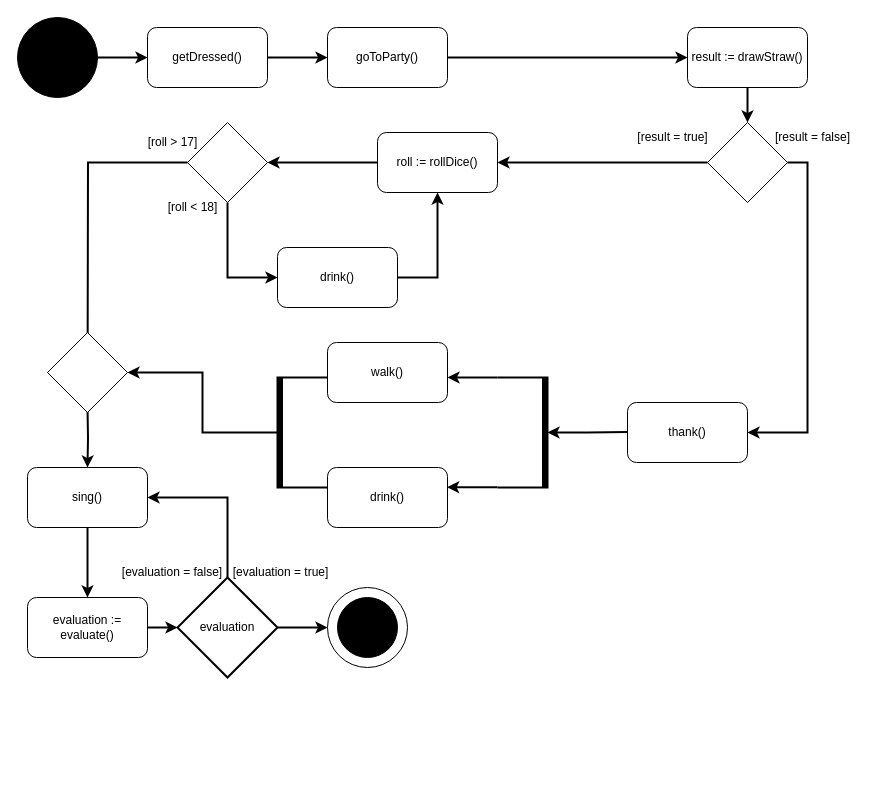
Above: AufgabeParty.drawio in Gashunk/UML-Klassendiagramme (draw.io), before the change. Source tidied: cells renumbered, new cells numbered last; positions are measured from the earlier drawing's top-left corner, leaving out a move shared by most shapes. Both pictures are drawn from the tidied source at 100%, with x=0, y=0 at pixel (17, 17).
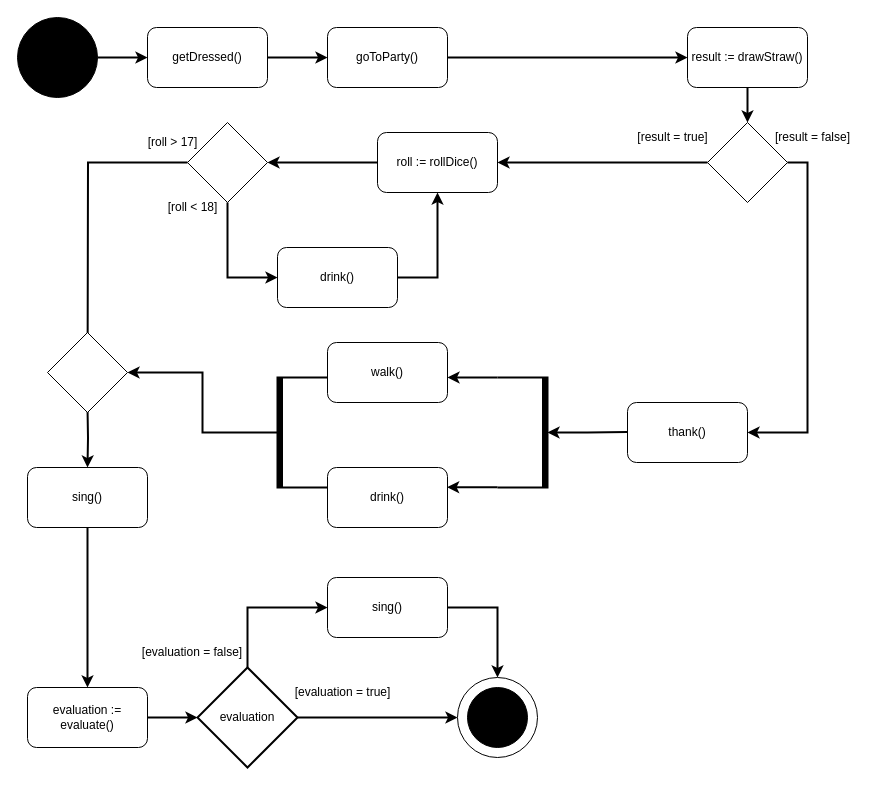
After the change.

The change refers to these unchanged cells:
```xml
<mxCell id="32" value="sing()" style="rounded=1;whiteSpace=wrap;html=1;strokeColor=#000000;fillColor=#FFFFFF;" parent="1" vertex="1">
  <mxGeometry x="10" y="450" width="120" height="60" as="geometry" />
</mxCell>
```

Diff of the diagram source:
```diff
@@
-    <mxCell id="33" style="edgeStyle=orthogonalEdgeStyle;rounded=0;sketch=0;jettySize=auto;html=1;exitX=0.5;exitY=0;exitDx=0;exitDy=0;exitPerimeter=0;shadow=0;strokeColor=default;strokeWidth=2;startArrow=none;startFill=0;endArrow=classic;endFill=1;targetPerimeterSpacing=0;fillColor=#000000;entryX=1;entryY=0.5;entryDx=0;entryDy=0;" parent="1" edge="1" source="35" target="32">
-      <mxGeometry relative="1" as="geometry" />
-    </mxCell>
@@
+    <mxCell id="48" style="edgeStyle=orthogonalEdgeStyle;rounded=0;jettySize=auto;html=1;exitX=0.5;exitY=0;exitDx=0;exitDy=0;exitPerimeter=0;entryX=0;entryY=0.5;entryDx=0;entryDy=0;strokeWidth=2;" parent="1" edge="1" source="35" target="50">
+      <mxGeometry relative="1" as="geometry" />
+    </mxCell>
     <mxCell id="35" value="evaluation" style="strokeWidth=2;html=1;shape=mxgraph.flowchart.decision;whiteSpace=wrap;strokeColor=#000000;fillColor=#FFFFFF;" parent="1" vertex="1">
-      <mxGeometry x="160" y="560" width="100" height="100" as="geometry" />
+      <mxGeometry x="180" y="650" width="100" height="100" as="geometry" />
     </mxCell>
@@
     <mxCell id="37" value="evaluation := evaluate()" style="rounded=1;whiteSpace=wrap;html=1;strokeColor=#000000;fillColor=#FFFFFF;" parent="1" vertex="1">
-      <mxGeometry x="10" y="580" width="120" height="60" as="geometry" />
+      <mxGeometry x="10" y="670" width="120" height="60" as="geometry" />
     </mxCell>
     <mxCell id="38" style="ellipse;whiteSpace=wrap;html=1;strokeColor=#000000;fillColor=#FFFFFF;" parent="1" vertex="1">
-      <mxGeometry x="310" y="570" width="80" height="80" as="geometry" />
+      <mxGeometry x="440" y="660" width="80" height="80" as="geometry" />
     </mxCell>
     <mxCell id="39" style="ellipse;whiteSpace=wrap;html=1;strokeColor=#000000;fillColor=#000000;" parent="1" vertex="1">
-      <mxGeometry x="320" y="580" width="60" height="60" as="geometry" />
+      <mxGeometry x="450" y="670" width="60" height="60" as="geometry" />
     </mxCell>
     <mxCell id="40" value="[evaluation = true]" style="text;html=1;align=center;verticalAlign=middle;strokeColor=none;fillColor=none;" parent="1" vertex="1">
-      <mxGeometry x="202.5" y="540" width="120" height="30" as="geometry" />
+      <mxGeometry x="265" y="660" width="120" height="30" as="geometry" />
     </mxCell>
@@
     <mxCell id="47" value="[evaluation = false]" style="text;html=1;strokeColor=none;fillColor=none;align=center;verticalAlign=middle;whiteSpace=wrap;rounded=0;" parent="1" vertex="1">
-      <mxGeometry x="80" y="540" width="150" height="30" as="geometry" />
+      <mxGeometry x="100" y="620" width="150" height="30" as="geometry" />
     </mxCell>
+    <mxCell id="49" style="edgeStyle=orthogonalEdgeStyle;rounded=0;jettySize=auto;html=1;exitX=1;exitY=0.5;exitDx=0;exitDy=0;entryX=0.5;entryY=0;entryDx=0;entryDy=0;strokeWidth=2;" parent="1" edge="1" source="50" target="38">
+      <mxGeometry relative="1" as="geometry" />
+    </mxCell>
+    <mxCell id="50" value="sing()" style="rounded=1;whiteSpace=wrap;html=1;strokeColor=#000000;fillColor=#FFFFFF;" parent="1" vertex="1">
+      <mxGeometry x="310" y="560" width="120" height="60" as="geometry" />
+    </mxCell>
```
